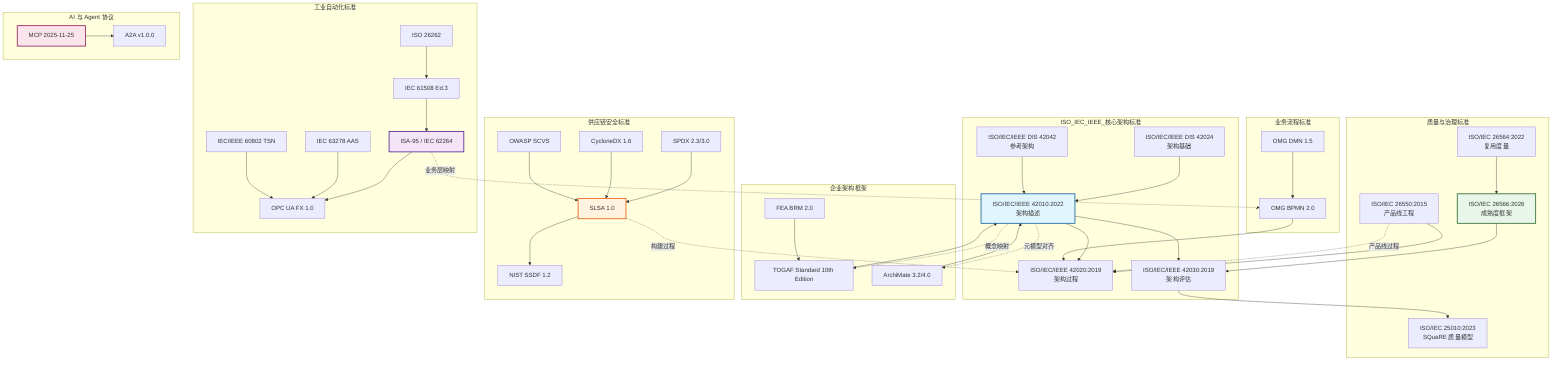
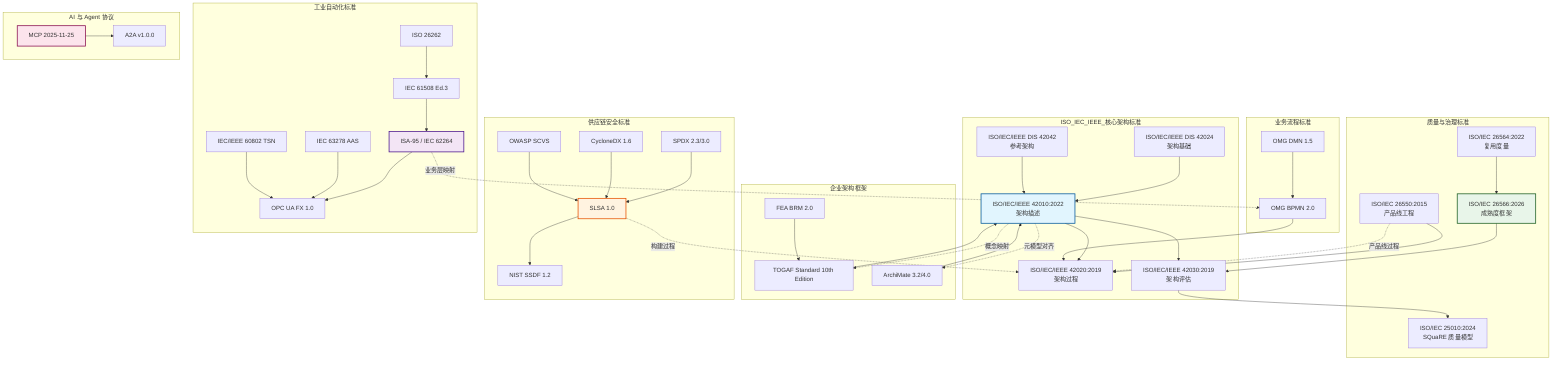
%% 软件工程架构复用视角：国际标准族谱图
%% 版本: 2026-06-06
%% 工具: Mermaid (graph TD)
%% 说明: 本图展示与本知识体系相关的国际标准之间的演化与依赖关系

graph TD
    subgraph ISO_IEC_IEEE_核心架构标准
        ISO42010[ISO/IEC/IEEE 42010:2022<br/>架构描述]
        ISO42020[ISO/IEC/IEEE 42020:2019<br/>架构过程]
        ISO42030[ISO/IEC/IEEE 42030:2019<br/>架构评估]
        ISO42024[ISO/IEC/IEEE DIS 42024<br/>架构基础]
        ISO42042[ISO/IEC/IEEE DIS 42042<br/>参考架构]

        ISO42010 --> ISO42020
        ISO42010 --> ISO42030
        ISO42024 --> ISO42010
        ISO42042 --> ISO42010
    end

    subgraph 质量与治理标准
-         ISO25010[ISO/IEC 25010:2023<br/>SQuaRE 质量模型]
+         ISO25010[ISO/IEC 25010:2024<br/>SQuaRE 质量模型]
        ISO26550[ISO/IEC 26550:2015<br/>产品线工程]
        ISO26566[ISO/IEC 26566:2026<br/>成熟度框架]
        ISO26564[ISO/IEC 26564:2022<br/>复用度量]

        ISO42030 --> ISO25010
        ISO26550 --> ISO42020
        ISO26566 --> ISO42030
        ISO26564 --> ISO26566
    end

    subgraph 企业架构框架
        TOGAF10[TOGAF Standard 10th Edition]
        ArchiMate42[ArchiMate 3.2/4.0]
        FEABRM[FEA BRM 2.0]

        TOGAF10 --> ISO42010
        ArchiMate42 --> ISO42010
        FEABRM --> TOGAF10
    end

    subgraph 业务流程标准
        BPMN20[OMG BPMN 2.0]
        DMN15[OMG DMN 1.5]

        BPMN20 --> ISO42020
        DMN15 --> BPMN20
    end

    subgraph 供应链安全标准
        SLSA10[SLSA 1.0]
        SPDX[SPDX 2.3/3.0]
        CycloneDX[CycloneDX 1.6]
        NISTSSDF[NIST SSDF 1.2]
        OWASP[OWASP SCVS]

        SLSA10 --> NISTSSDF
        SPDX --> SLSA10
        CycloneDX --> SLSA10
        OWASP --> SLSA10
    end

    subgraph 工业自动化标准
        ISA95[ISA-95 / IEC 62264]
        OPCUA[OPC UA FX 1.0]
        IEC61508[IEC 61508 Ed.3]
        ISO26262[ISO 26262]
        IEC63278[IEC 63278 AAS]
        TSN[IEC/IEEE 60802 TSN]

        ISA95 --> OPCUA
        IEC61508 --> ISA95
        ISO26262 --> IEC61508
        IEC63278 --> OPCUA
        TSN --> OPCUA
    end

    subgraph AI 与 Agent 协议
        MCP[MCP 2025-11-25]
        A2A[A2A v1.0.0]

        MCP --> A2A
    end

    %% 跨族连接
    ISO42010 -.->|概念映射| TOGAF10
    ISO42010 -.->|元模型对齐| ArchiMate42
    ISO26550 -.->|产品线过程| ISO42020
    SLSA10 -.->|构建过程| ISO42020
    ISA95 -.->|业务层映射| BPMN20

    %% 样式
    style ISO42010 fill:#e1f5fe,stroke:#01579b,stroke-width:2px
    style ISO26566 fill:#e8f5e9,stroke:#1b5e20,stroke-width:2px
    style SLSA10 fill:#fff3e0,stroke:#e65100,stroke-width:2px
    style ISA95 fill:#f3e5f5,stroke:#4a148c,stroke-width:2px
    style MCP fill:#fce4ec,stroke:#880e4f,stroke-width:2px
